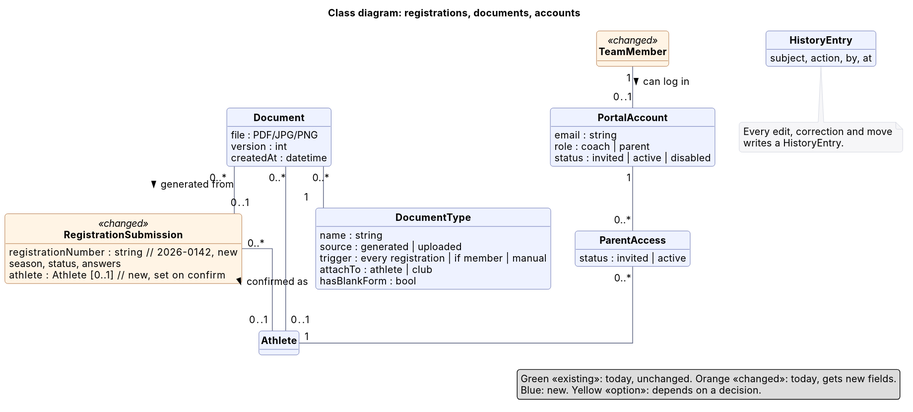
Before: docs/architecture/diagrams/03d-class-registrations-documents-accounts.svg, a diagram exported from PlantUML (codrin-postu/edusport_backend). Its diagram source:
```plantuml
@startuml
!include _style.iuml
title Class diagram: registrations, documents, accounts
hide circle

class "RegistrationSubmission" as Reg <<changed>> {
  registrationNumber : string  // 2026-0142, new
  season, status, answers
  athlete : Athlete [0..1]  // new, set on confirm
}
class Athlete
class DocumentType {
  name : string
  source : generated | uploaded
  trigger : every registration | if member | manual
  attachTo : athlete | club
  hasBlankForm : bool
}
class Document {
  file : PDF/JPG/PNG
  version : int
  createdAt : datetime
}
class "PortalAccount" as Acc {
  email : string
  role : coach | parent
  status : invited | active | disabled
}
class "ParentAccess" as PA {
  status : invited | active
}
class "TeamMember" as Coach <<changed>>
class "HistoryEntry" as Hist {
  subject, action, by, at
}

Reg "0..*" -- "0..1" Athlete : confirmed as >
Document "0..*" -- "1" DocumentType
Document "0..*" -- "0..1" Athlete
Document "0..*" -- "0..1" Reg : generated from >
Acc "1" -- "0..*" PA
PA "0..*" -- "1" Athlete
Coach "1" -- "0..1" Acc : can log in >

note bottom of Hist
  Every edit, correction and move
  writes a HistoryEntry.
end note
legend bottom right
  Green «existing»: today, unchanged. Orange «changed»: today, gets new fields.
  Blue: new. Yellow «option»: depends on a decision.
endlegend
@enduml
```
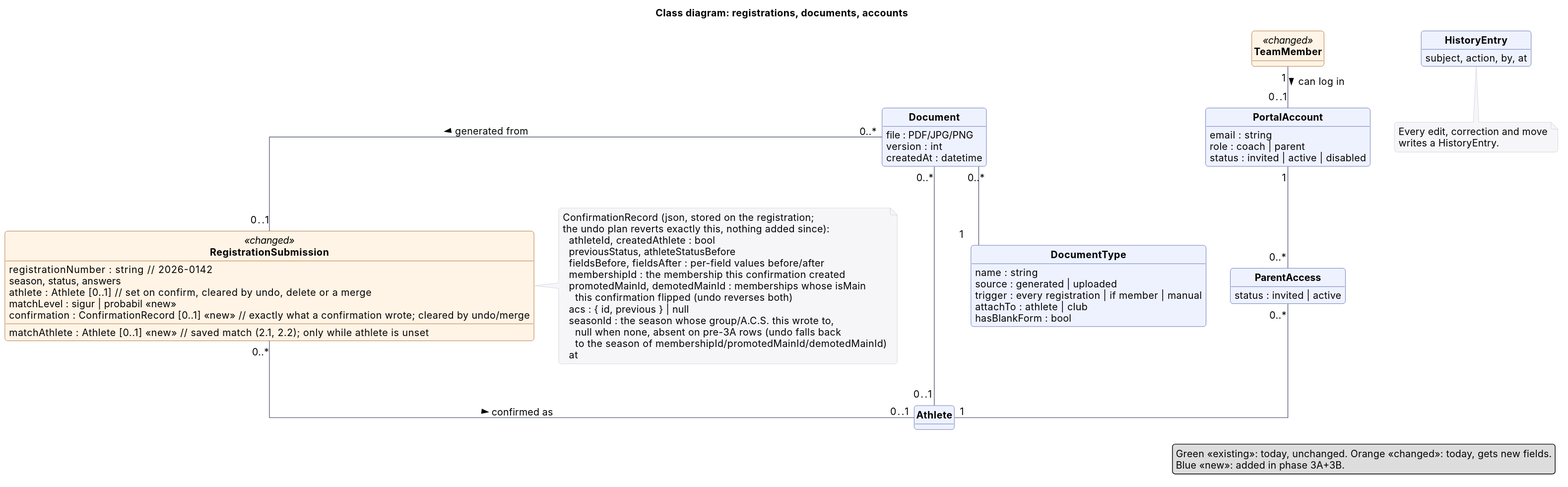
The same diagram one commit later.

Change to the diagram source:
```diff
@@ -4,9 +4,12 @@
 hide circle
 
 class "RegistrationSubmission" as Reg <<changed>> {
-  registrationNumber : string  // 2026-0142, new
+  registrationNumber : string  // 2026-0142
   season, status, answers
-  athlete : Athlete [0..1]  // new, set on confirm
+  athlete : Athlete [0..1]  // set on confirm, cleared by undo, delete or a merge
+  matchAthlete : Athlete [0..1] <<new>>  // saved match (2.1, 2.2); only while athlete is unset
+  matchLevel : sigur | probabil <<new>>
+  confirmation : ConfirmationRecord [0..1] <<new>>  // exactly what a confirmation wrote; cleared by undo/merge
 }
 class Athlete
 class DocumentType {
@@ -46,8 +49,23 @@
   Every edit, correction and move
   writes a HistoryEntry.
 end note
+note right of Reg
+  ConfirmationRecord (json, stored on the registration;
+  the undo plan reverts exactly this, nothing added since):
+    athleteId, createdAthlete : bool
+    previousStatus, athleteStatusBefore
+    fieldsBefore, fieldsAfter : per-field values before/after
+    membershipId : the membership this confirmation created
+    promotedMainId, demotedMainId : memberships whose isMain
+      this confirmation flipped (undo reverses both)
+    acs : { id, previous } | null
+    seasonId : the season whose group/A.C.S. this wrote to,
+      null when none, absent on pre-3A rows (undo falls back
+      to the season of membershipId/promotedMainId/demotedMainId)
+    at
+end note
 legend bottom right
   Green «existing»: today, unchanged. Orange «changed»: today, gets new fields.
-  Blue: new. Yellow «option»: depends on a decision.
+  Blue «new»: added in phase 3A+3B.
 endlegend
 @enduml
```
